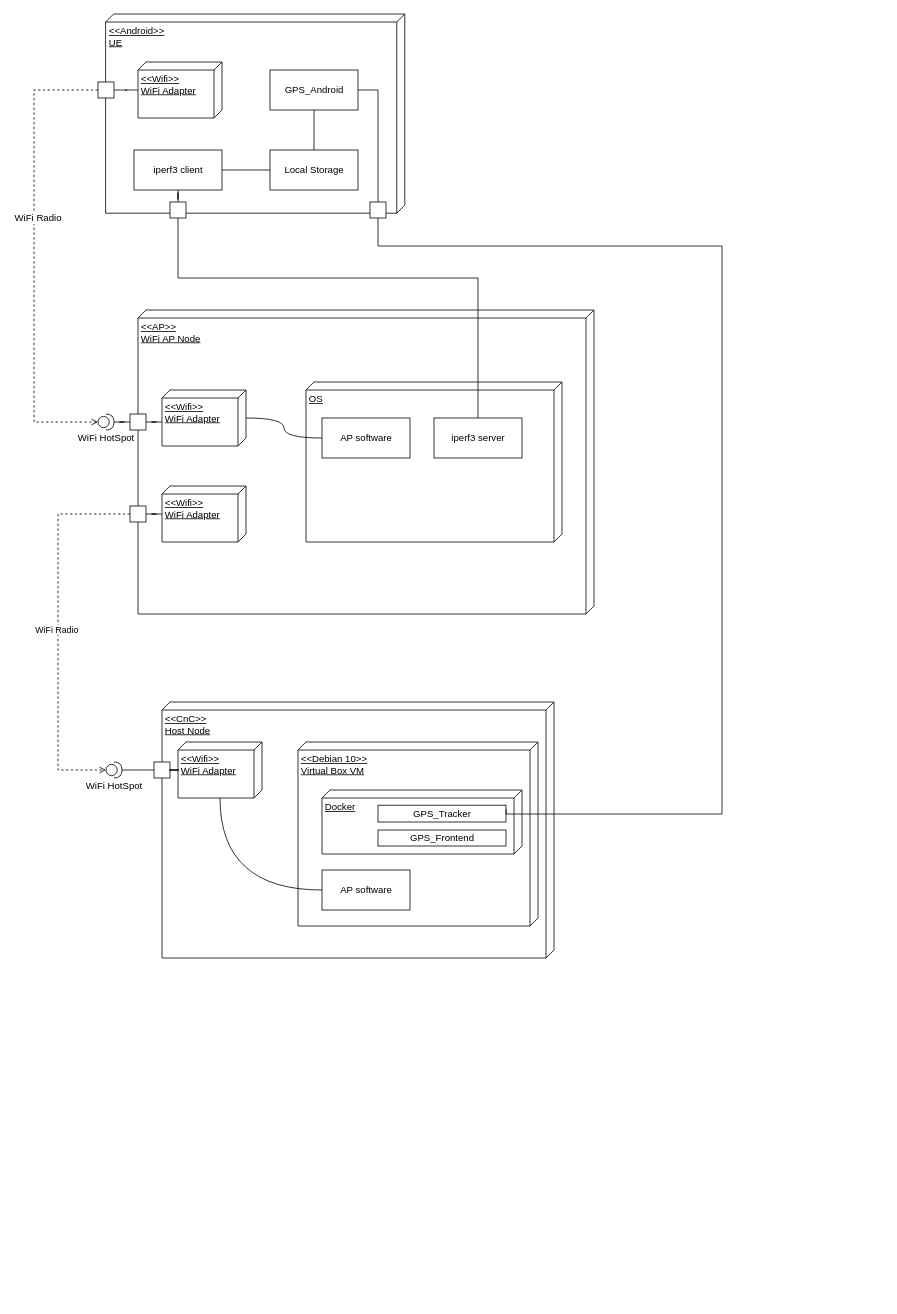
Earlier version of the draw.io diagram page "Deployment_Diagram" (2 of 3) of docs/report/experiment/images/Deployment Diagram.drawio (Kirkirillka/GPS_Tracker). Source tidied: cells renumbered, new cells numbered last; positions are measured from the earlier drawing's top-left corner, leaving out a move shared by most shapes. Both pictures are drawn from the tidied source at 80%, with x=0, y=0 at pixel (34, 14).
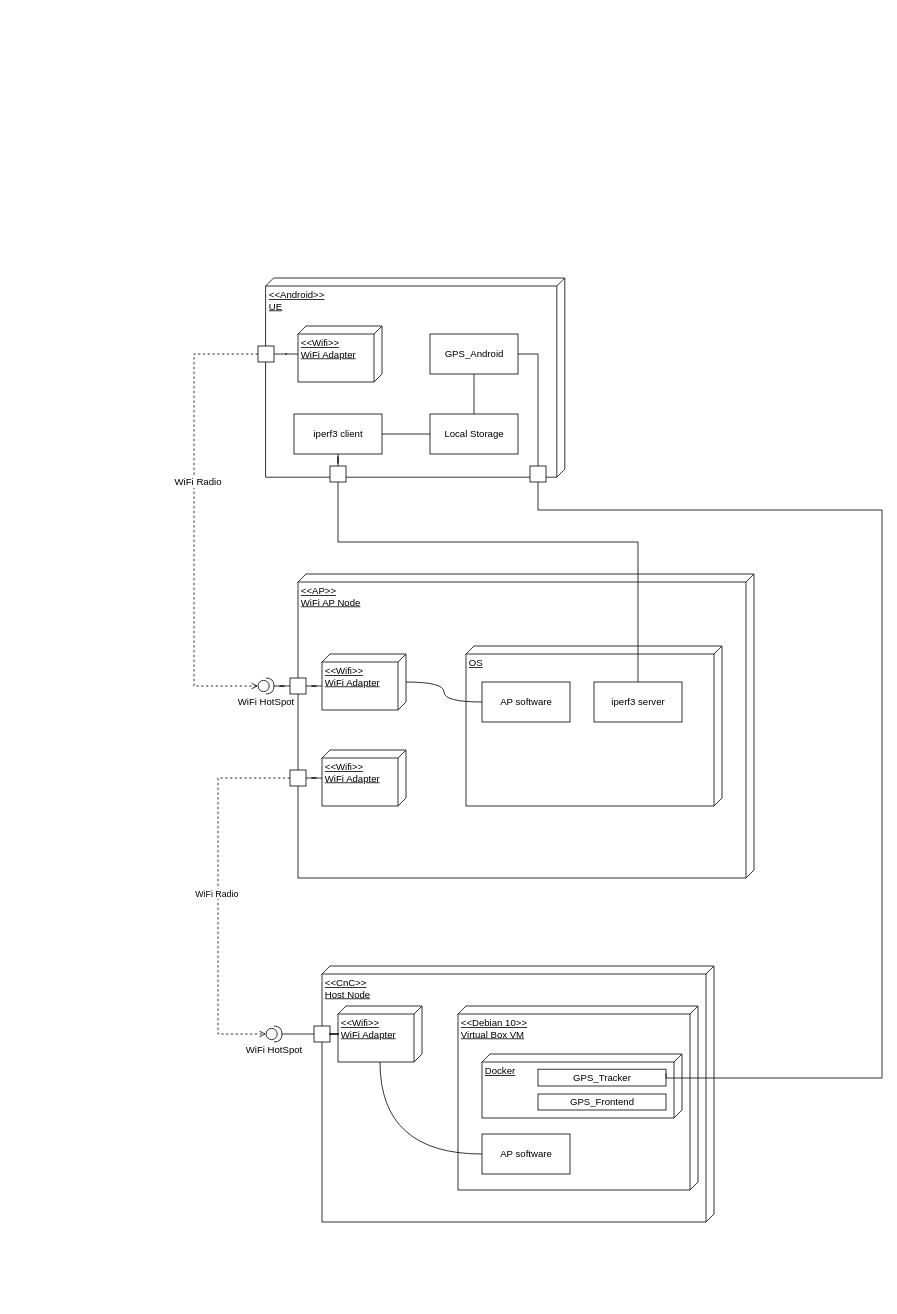
The same diagram, later.

Unchanged cells that the change refers to:
```xml
<mxCell id="9" value="AP software" style="html=1;" parent="7" vertex="1">
  <mxGeometry x="20" y="45" width="110" height="50" as="geometry" />
</mxCell>
<mxCell id="10" value="iperf3 server" style="html=1;" parent="7" vertex="1">
  <mxGeometry x="160" y="45" width="110" height="50" as="geometry" />
</mxCell>
<mxCell id="23" value="GPS_Tracker" style="html=1;" parent="17" vertex="1">
  <mxGeometry x="340" y="30.5" width="160" height="21" as="geometry" />
</mxCell>
<mxCell id="27" value="WiFi HotSpot" style="shape=providedRequiredInterface;html=1;verticalLabelPosition=bottom;" parent="17" vertex="1">
  <mxGeometry y="-23.5" width="20" height="20" as="geometry" />
</mxCell>
```

Change to the diagram source:
```diff
@@
+    <mxCell id="48" style="group;" parent="1" vertex="1">
+      <mxGeometry x="200" y="330" width="860" height="1278.5" as="geometry" />
+    </mxCell>
-    <mxCell id="2" value="&amp;lt;&amp;lt;AP&amp;gt;&amp;gt;&lt;br&gt;WiFi AP Node&lt;br&gt;" style="verticalAlign=top;align=left;spacingTop=8;spacingLeft=2;spacingRight=12;shape=cube;size=10;direction=south;fontStyle=4;html=1;" parent="1" vertex="1">
+    <mxCell id="2" value="&amp;lt;&amp;lt;AP&amp;gt;&amp;gt;&lt;br&gt;WiFi AP Node&lt;br&gt;" style="verticalAlign=top;align=left;spacingTop=8;spacingLeft=2;spacingRight=12;shape=cube;size=10;direction=south;fontStyle=4;html=1;" parent="48" vertex="1">
       <mxGeometry x="130" y="370" width="570" height="380" as="geometry" />
     </mxCell>
-    <mxCell id="3" style="edgeStyle=orthogonalEdgeStyle;curved=1;rounded=0;jettySize=auto;html=1;exitX=0;exitY=0;exitDx=40;exitDy=105;exitPerimeter=0;startArrow=none;startFill=0;endArrow=none;endFill=0;" parent="1" edge="1" source="4" target="12">
-      <mxGeometry relative="1" as="geometry" />
-    </mxCell>
-    <mxCell id="4" value="&amp;lt;&amp;lt;Wifi&amp;gt;&amp;gt;&lt;br&gt;WiFi Adapter&lt;br&gt;" style="verticalAlign=top;align=left;spacingTop=8;spacingLeft=2;spacingRight=12;shape=cube;size=10;direction=south;fontStyle=4;html=1;" parent="1" vertex="1">
+    <mxCell id="4" value="&amp;lt;&amp;lt;Wifi&amp;gt;&amp;gt;&lt;br&gt;WiFi Adapter&lt;br&gt;" style="verticalAlign=top;align=left;spacingTop=8;spacingLeft=2;spacingRight=12;shape=cube;size=10;direction=south;fontStyle=4;html=1;" parent="48" vertex="1">
       <mxGeometry x="160" y="470" width="105" height="70" as="geometry" />
     </mxCell>
-    <mxCell id="5" style="edgeStyle=orthogonalEdgeStyle;curved=1;rounded=0;jettySize=auto;html=1;startArrow=none;startFill=0;endArrow=none;endFill=0;" parent="1" edge="1" source="6" target="14">
-      <mxGeometry relative="1" as="geometry" />
-    </mxCell>
-    <mxCell id="6" value="&amp;lt;&amp;lt;Wifi&amp;gt;&amp;gt;&lt;br&gt;WiFi Adapter&lt;br&gt;" style="verticalAlign=top;align=left;spacingTop=8;spacingLeft=2;spacingRight=12;shape=cube;size=10;direction=south;fontStyle=4;html=1;" parent="1" vertex="1">
+    <mxCell id="6" value="&amp;lt;&amp;lt;Wifi&amp;gt;&amp;gt;&lt;br&gt;WiFi Adapter&lt;br&gt;" style="verticalAlign=top;align=left;spacingTop=8;spacingLeft=2;spacingRight=12;shape=cube;size=10;direction=south;fontStyle=4;html=1;" parent="48" vertex="1">
       <mxGeometry x="160" y="590" width="105" height="70" as="geometry" />
     </mxCell>
-    <mxCell id="7" style="group;" parent="1" vertex="1">
+    <mxCell id="7" style="group;" parent="48" vertex="1">
       <mxGeometry x="340" y="460" width="320" height="200" as="geometry" />
     </mxCell>
@@
+    <mxCell id="12" style="whiteSpace=wrap;html=1;" parent="48" vertex="1">
+      <mxGeometry x="120" y="500" width="20" height="20" as="geometry" />
+    </mxCell>
+    <mxCell id="3" style="edgeStyle=orthogonalEdgeStyle;curved=1;rounded=0;jettySize=auto;html=1;exitX=0;exitY=0;exitDx=40;exitDy=105;exitPerimeter=0;startArrow=none;startFill=0;endArrow=none;endFill=0;" parent="48" edge="1" source="4" target="12">
+      <mxGeometry relative="1" as="geometry" />
+    </mxCell>
+    <mxCell id="14" style="whiteSpace=wrap;html=1;" parent="48" vertex="1">
+      <mxGeometry x="120" y="615" width="20" height="20" as="geometry" />
+    </mxCell>
+    <mxCell id="5" style="edgeStyle=orthogonalEdgeStyle;curved=1;rounded=0;jettySize=auto;html=1;startArrow=none;startFill=0;endArrow=none;endFill=0;" parent="48" edge="1" source="6" target="14">
+      <mxGeometry relative="1" as="geometry" />
+    </mxCell>
+    <mxCell id="15" value="WiFi HotSpot" style="shape=providedRequiredInterface;html=1;verticalLabelPosition=bottom;" parent="48" vertex="1">
+      <mxGeometry x="80" y="500" width="20" height="20" as="geometry" />
+    </mxCell>
-    <mxCell id="11" style="edgeStyle=orthogonalEdgeStyle;curved=1;rounded=0;jettySize=auto;html=1;entryX=1;entryY=0.5;entryDx=0;entryDy=0;entryPerimeter=0;startArrow=none;startFill=0;endArrow=none;endFill=0;" parent="1" edge="1" source="12" target="15">
+    <mxCell id="11" style="edgeStyle=orthogonalEdgeStyle;curved=1;rounded=0;jettySize=auto;html=1;entryX=1;entryY=0.5;entryDx=0;entryDy=0;entryPerimeter=0;startArrow=none;startFill=0;endArrow=none;endFill=0;" parent="48" edge="1" source="12" target="15">
       <mxGeometry relative="1" as="geometry" />
     </mxCell>
-    <mxCell id="12" style="whiteSpace=wrap;html=1;" parent="1" vertex="1">
-      <mxGeometry x="120" y="500" width="20" height="20" as="geometry" />
-    </mxCell>
-    <mxCell id="13" value="WiFi Radio&amp;nbsp;" style="edgeStyle=orthogonalEdgeStyle;rounded=0;jettySize=auto;html=1;entryX=0;entryY=0.5;entryDx=0;entryDy=0;entryPerimeter=0;startArrow=none;startFill=0;endArrow=open;endFill=0;dashed=1;" parent="1" edge="1" source="14" target="27">
-      <mxGeometry relative="1" as="geometry">
-        <Array as="points">
-          <mxPoint x="30" y="625" />
-          <mxPoint x="30" y="945" />
-        </Array>
-      </mxGeometry>
-    </mxCell>
-    <mxCell id="14" style="whiteSpace=wrap;html=1;" parent="1" vertex="1">
-      <mxGeometry x="120" y="615" width="20" height="20" as="geometry" />
-    </mxCell>
-    <mxCell id="15" value="WiFi HotSpot" style="shape=providedRequiredInterface;html=1;verticalLabelPosition=bottom;" parent="1" vertex="1">
-      <mxGeometry x="80" y="500" width="20" height="20" as="geometry" />
-    </mxCell>
-    <mxCell id="16" style="edgeStyle=orthogonalEdgeStyle;curved=1;rounded=0;jettySize=auto;html=1;startArrow=none;startFill=0;endArrow=none;endFill=0;" parent="1" edge="1" source="9" target="4">
+    <mxCell id="16" style="edgeStyle=orthogonalEdgeStyle;curved=1;rounded=0;jettySize=auto;html=1;startArrow=none;startFill=0;endArrow=none;endFill=0;" parent="48" edge="1" source="9" target="4">
       <mxGeometry relative="1" as="geometry" />
     </mxCell>
-    <mxCell id="17" style="group;" parent="1" vertex="1">
+    <mxCell id="17" style="group;" parent="48" vertex="1">
       <mxGeometry x="90" y="958.5" width="620" height="320" as="geometry" />
     </mxCell>
@@
+    <mxCell id="13" value="WiFi Radio&amp;nbsp;" style="edgeStyle=orthogonalEdgeStyle;rounded=0;jettySize=auto;html=1;entryX=0;entryY=0.5;entryDx=0;entryDy=0;entryPerimeter=0;startArrow=none;startFill=0;endArrow=open;endFill=0;dashed=1;" parent="48" edge="1" source="14" target="27">
+      <mxGeometry relative="1" as="geometry">
+        <Array as="points">
+          <mxPoint x="30" y="625" />
+          <mxPoint x="30" y="945" />
+        </Array>
+      </mxGeometry>
+    </mxCell>
-    <mxCell id="31" value="&amp;lt;&amp;lt;Android&amp;gt;&amp;gt;&lt;br&gt;UE&lt;br&gt;" style="verticalAlign=top;align=left;spacingTop=8;spacingLeft=2;spacingRight=12;shape=cube;size=10;direction=south;fontStyle=4;html=1;" parent="1" vertex="1">
+    <mxCell id="31" value="&amp;lt;&amp;lt;Android&amp;gt;&amp;gt;&lt;br&gt;UE&lt;br&gt;" style="verticalAlign=top;align=left;spacingTop=8;spacingLeft=2;spacingRight=12;shape=cube;size=10;direction=south;fontStyle=4;html=1;" parent="48" vertex="1">
       <mxGeometry x="89.5" width="374" height="249" as="geometry" />
     </mxCell>
-    <mxCell id="32" style="edgeStyle=orthogonalEdgeStyle;curved=1;rounded=0;jettySize=auto;html=1;startArrow=none;startFill=0;endArrow=none;endFill=0;" parent="1" edge="1" source="34" target="38">
-      <mxGeometry relative="1" as="geometry" />
-    </mxCell>
-    <mxCell id="33" style="edgeStyle=orthogonalEdgeStyle;rounded=0;jettySize=auto;html=1;startArrow=none;startFill=0;endArrow=none;endFill=0;" parent="1" edge="1" source="34" target="47">
-      <mxGeometry relative="1" as="geometry">
-        <Array as="points">
-          <mxPoint x="430" y="95" />
-        </Array>
-      </mxGeometry>
-    </mxCell>
-    <mxCell id="34" value="GPS_Android" style="html=1;" parent="1" vertex="1">
+    <mxCell id="34" value="GPS_Android" style="html=1;" parent="48" vertex="1">
       <mxGeometry x="295" y="70" width="110" height="50" as="geometry" />
     </mxCell>
-    <mxCell id="35" style="edgeStyle=orthogonalEdgeStyle;curved=1;rounded=0;jettySize=auto;html=1;startArrow=none;startFill=0;endArrow=none;endFill=0;" parent="1" edge="1" source="36" target="40">
-      <mxGeometry relative="1" as="geometry" />
-    </mxCell>
-    <mxCell id="36" value="iperf3 client" style="html=1;" parent="1" vertex="1">
+    <mxCell id="36" value="iperf3 client" style="html=1;" parent="48" vertex="1">
       <mxGeometry x="125" y="170" width="110" height="50" as="geometry" />
     </mxCell>
-    <mxCell id="37" style="edgeStyle=orthogonalEdgeStyle;rounded=0;jettySize=auto;html=1;startArrow=none;startFill=0;endArrow=none;endFill=0;" parent="1" edge="1" source="38" target="36">
+    <mxCell id="37" style="edgeStyle=orthogonalEdgeStyle;rounded=0;jettySize=auto;html=1;startArrow=none;startFill=0;endArrow=none;endFill=0;" parent="48" edge="1" source="38" target="36">
       <mxGeometry relative="1" as="geometry" />
     </mxCell>
-    <mxCell id="38" value="Local Storage" style="html=1;" parent="1" vertex="1">
+    <mxCell id="38" value="Local Storage" style="html=1;" parent="48" vertex="1">
       <mxGeometry x="295" y="170" width="110" height="50" as="geometry" />
     </mxCell>
+    <mxCell id="32" style="edgeStyle=orthogonalEdgeStyle;curved=1;rounded=0;jettySize=auto;html=1;startArrow=none;startFill=0;endArrow=none;endFill=0;" parent="48" edge="1" source="34" target="38">
+      <mxGeometry relative="1" as="geometry" />
+    </mxCell>
-    <mxCell id="39" style="edgeStyle=orthogonalEdgeStyle;rounded=0;jettySize=auto;html=1;startArrow=none;startFill=0;endArrow=none;endFill=0;" parent="1" edge="1" source="40" target="10">
+    <mxCell id="39" style="edgeStyle=orthogonalEdgeStyle;rounded=0;jettySize=auto;html=1;startArrow=none;startFill=0;endArrow=none;endFill=0;" parent="48" edge="1" source="40" target="10">
       <mxGeometry relative="1" as="geometry">
         <Array as="points">
           <mxPoint x="180" y="330" />
           <mxPoint x="555" y="330" />
         </Array>
       </mxGeometry>
     </mxCell>
-    <mxCell id="40" style="whiteSpace=wrap;html=1;" parent="1" vertex="1">
+    <mxCell id="40" style="whiteSpace=wrap;html=1;" parent="48" vertex="1">
       <mxGeometry x="170" y="235" width="20" height="20" as="geometry" />
     </mxCell>
-    <mxCell id="41" style="edgeStyle=orthogonalEdgeStyle;curved=1;rounded=0;jettySize=auto;html=1;entryX=1;entryY=0.5;entryDx=0;entryDy=0;startArrow=none;startFill=0;endArrow=none;endFill=0;" parent="1" edge="1" source="42" target="45">
-      <mxGeometry relative="1" as="geometry" />
-    </mxCell>
+    <mxCell id="35" style="edgeStyle=orthogonalEdgeStyle;curved=1;rounded=0;jettySize=auto;html=1;startArrow=none;startFill=0;endArrow=none;endFill=0;" parent="48" edge="1" source="36" target="40">
+      <mxGeometry relative="1" as="geometry" />
+    </mxCell>
-    <mxCell id="42" value="&amp;lt;&amp;lt;Wifi&amp;gt;&amp;gt;&lt;br&gt;WiFi Adapter&lt;br&gt;" style="verticalAlign=top;align=left;spacingTop=8;spacingLeft=2;spacingRight=12;shape=cube;size=10;direction=south;fontStyle=4;html=1;" parent="1" vertex="1">
+    <mxCell id="42" value="&amp;lt;&amp;lt;Wifi&amp;gt;&amp;gt;&lt;br&gt;WiFi Adapter&lt;br&gt;" style="verticalAlign=top;align=left;spacingTop=8;spacingLeft=2;spacingRight=12;shape=cube;size=10;direction=south;fontStyle=4;html=1;" parent="48" vertex="1">
       <mxGeometry x="130" y="60" width="105" height="70" as="geometry" />
     </mxCell>
-    <mxCell id="43" style="edgeStyle=orthogonalEdgeStyle;rounded=0;jettySize=auto;html=1;entryX=0;entryY=0.5;entryDx=0;entryDy=0;entryPerimeter=0;dashed=1;startArrow=none;startFill=0;endArrow=open;endFill=0;" parent="1" edge="1" source="45" target="15">
+    <mxCell id="43" style="edgeStyle=orthogonalEdgeStyle;rounded=0;jettySize=auto;html=1;entryX=0;entryY=0.5;entryDx=0;entryDy=0;entryPerimeter=0;dashed=1;startArrow=none;startFill=0;endArrow=open;endFill=0;" parent="48" edge="1" source="45" target="15">
       <mxGeometry relative="1" as="geometry">
         <Array as="points">
           <mxPoint y="95" />
           <mxPoint y="510" />
         </Array>
       </mxGeometry>
     </mxCell>
@@
-    <mxCell id="45" style="whiteSpace=wrap;html=1;" parent="1" vertex="1">
+    <mxCell id="45" style="whiteSpace=wrap;html=1;" parent="48" vertex="1">
       <mxGeometry x="80" y="85" width="20" height="20" as="geometry" />
     </mxCell>
+    <mxCell id="41" style="edgeStyle=orthogonalEdgeStyle;curved=1;rounded=0;jettySize=auto;html=1;entryX=1;entryY=0.5;entryDx=0;entryDy=0;startArrow=none;startFill=0;endArrow=none;endFill=0;" parent="48" edge="1" source="42" target="45">
+      <mxGeometry relative="1" as="geometry" />
+    </mxCell>
-    <mxCell id="46" style="edgeStyle=orthogonalEdgeStyle;rounded=0;jettySize=auto;html=1;entryX=1;entryY=0.25;entryDx=0;entryDy=0;startArrow=none;startFill=0;endArrow=none;endFill=0;" parent="1" edge="1" source="47" target="23">
+    <mxCell id="46" style="edgeStyle=orthogonalEdgeStyle;rounded=0;jettySize=auto;html=1;entryX=1;entryY=0.25;entryDx=0;entryDy=0;startArrow=none;startFill=0;endArrow=none;endFill=0;" parent="48" edge="1" source="47" target="23">
       <mxGeometry relative="1" as="geometry">
         <Array as="points">
           <mxPoint x="430" y="290" />
           <mxPoint x="860" y="290" />
           <mxPoint x="860" y="1000" />
           <mxPoint x="590" y="1000" />
         </Array>
       </mxGeometry>
     </mxCell>
-    <mxCell id="47" style="whiteSpace=wrap;html=1;" parent="1" vertex="1">
+    <mxCell id="47" style="whiteSpace=wrap;html=1;" parent="48" vertex="1">
       <mxGeometry x="420" y="235" width="20" height="20" as="geometry" />
     </mxCell>
+    <mxCell id="33" style="edgeStyle=orthogonalEdgeStyle;rounded=0;jettySize=auto;html=1;startArrow=none;startFill=0;endArrow=none;endFill=0;" parent="48" edge="1" source="34" target="47">
+      <mxGeometry relative="1" as="geometry">
+        <Array as="points">
+          <mxPoint x="430" y="95" />
+        </Array>
+      </mxGeometry>
+    </mxCell>
```
